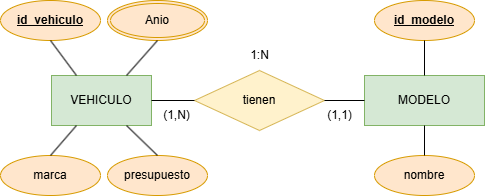
Earlier version of the draw.io export Unidad 4/Images/Normalizacion9.drawio.png (Jaironso/BBDD). Source tidied: cells renumbered, new cells last; positions are measured from the earlier drawing's top-left corner, leaving out a move shared by most shapes.
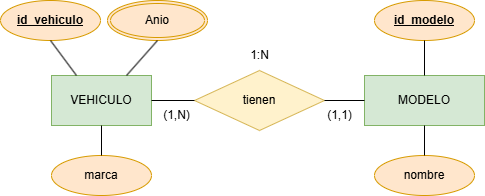
The same file after the commit.

What changed in the source:
```diff
@@ -45,17 +45,11 @@
       <mxGeometry x="151" y="100" width="50" height="30" as="geometry" />
     </mxCell>
     <mxCell id="16" value="marca" style="ellipse;whiteSpace=wrap;html=1;align=center;fillColor=#ffe6cc;strokeColor=#d79b00;" parent="1" vertex="1">
-      <mxGeometry y="155" width="100" height="40" as="geometry" />
+      <mxGeometry x="51" y="155" width="100" height="40" as="geometry" />
     </mxCell>
-    <mxCell id="17" style="endArrow=none;html=1;rounded=0;exitX=0.5;exitY=0;exitDx=0;exitDy=0;entryX=0.25;entryY=1;entryDx=0;entryDy=0;" parent="1" edge="1" source="16" target="2">
+    <mxCell id="17" style="endArrow=none;html=1;rounded=0;exitX=0.5;exitY=0;exitDx=0;exitDy=0;entryX=0.5;entryY=1;entryDx=0;entryDy=0;" parent="1" edge="1" source="16" target="2">
       <mxGeometry relative="1" as="geometry" />
     </mxCell>
-    <mxCell id="18" value="presupuesto" style="ellipse;whiteSpace=wrap;html=1;align=center;fillColor=#ffe6cc;strokeColor=#d79b00;" parent="1" vertex="1">
-      <mxGeometry x="107" y="155" width="100" height="40" as="geometry" />
-    </mxCell>
-    <mxCell id="19" style="endArrow=none;html=1;rounded=0;exitX=0.5;exitY=0;exitDx=0;exitDy=0;entryX=0.75;entryY=1;entryDx=0;entryDy=0;" parent="1" edge="1" source="18" target="2">
-      <mxGeometry relative="1" as="geometry" />
-    </mxCell>
     <mxCell id="20" value="Anio" style="ellipse;shape=doubleEllipse;margin=3;whiteSpace=wrap;html=1;align=center;fillColor=#ffe6cc;strokeColor=#d79b00;" parent="1" vertex="1">
       <mxGeometry x="107" width="100" height="40" as="geometry" />
     </mxCell>
```
